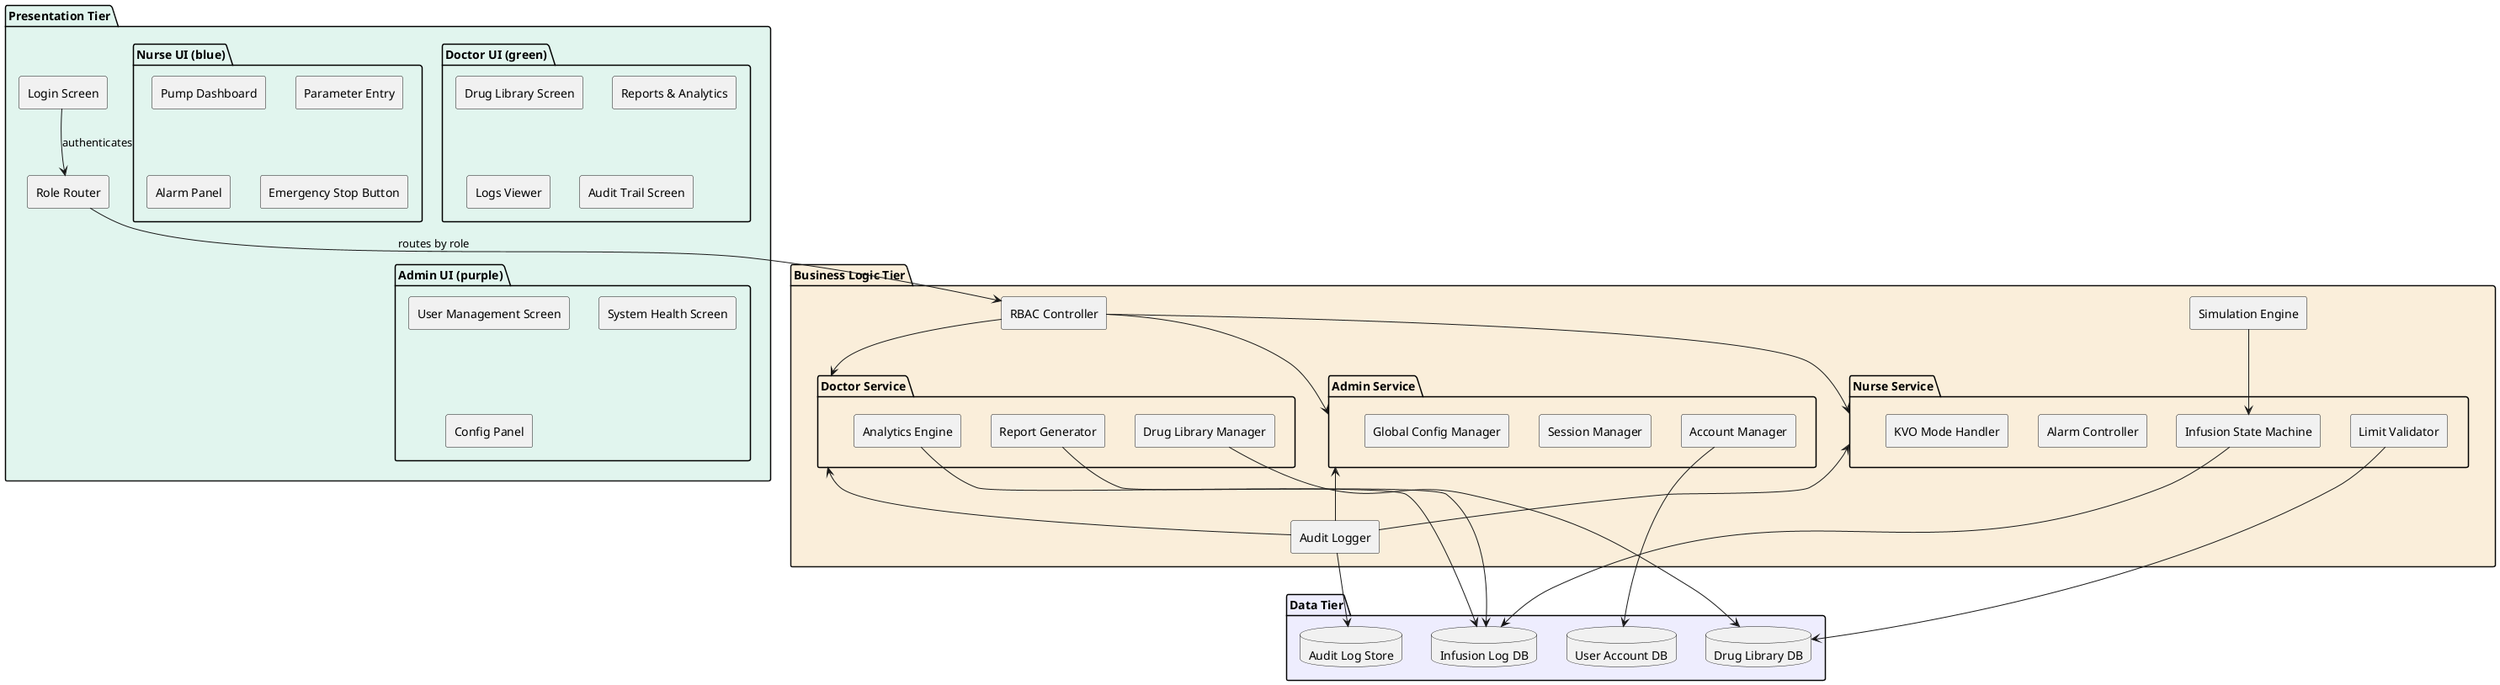
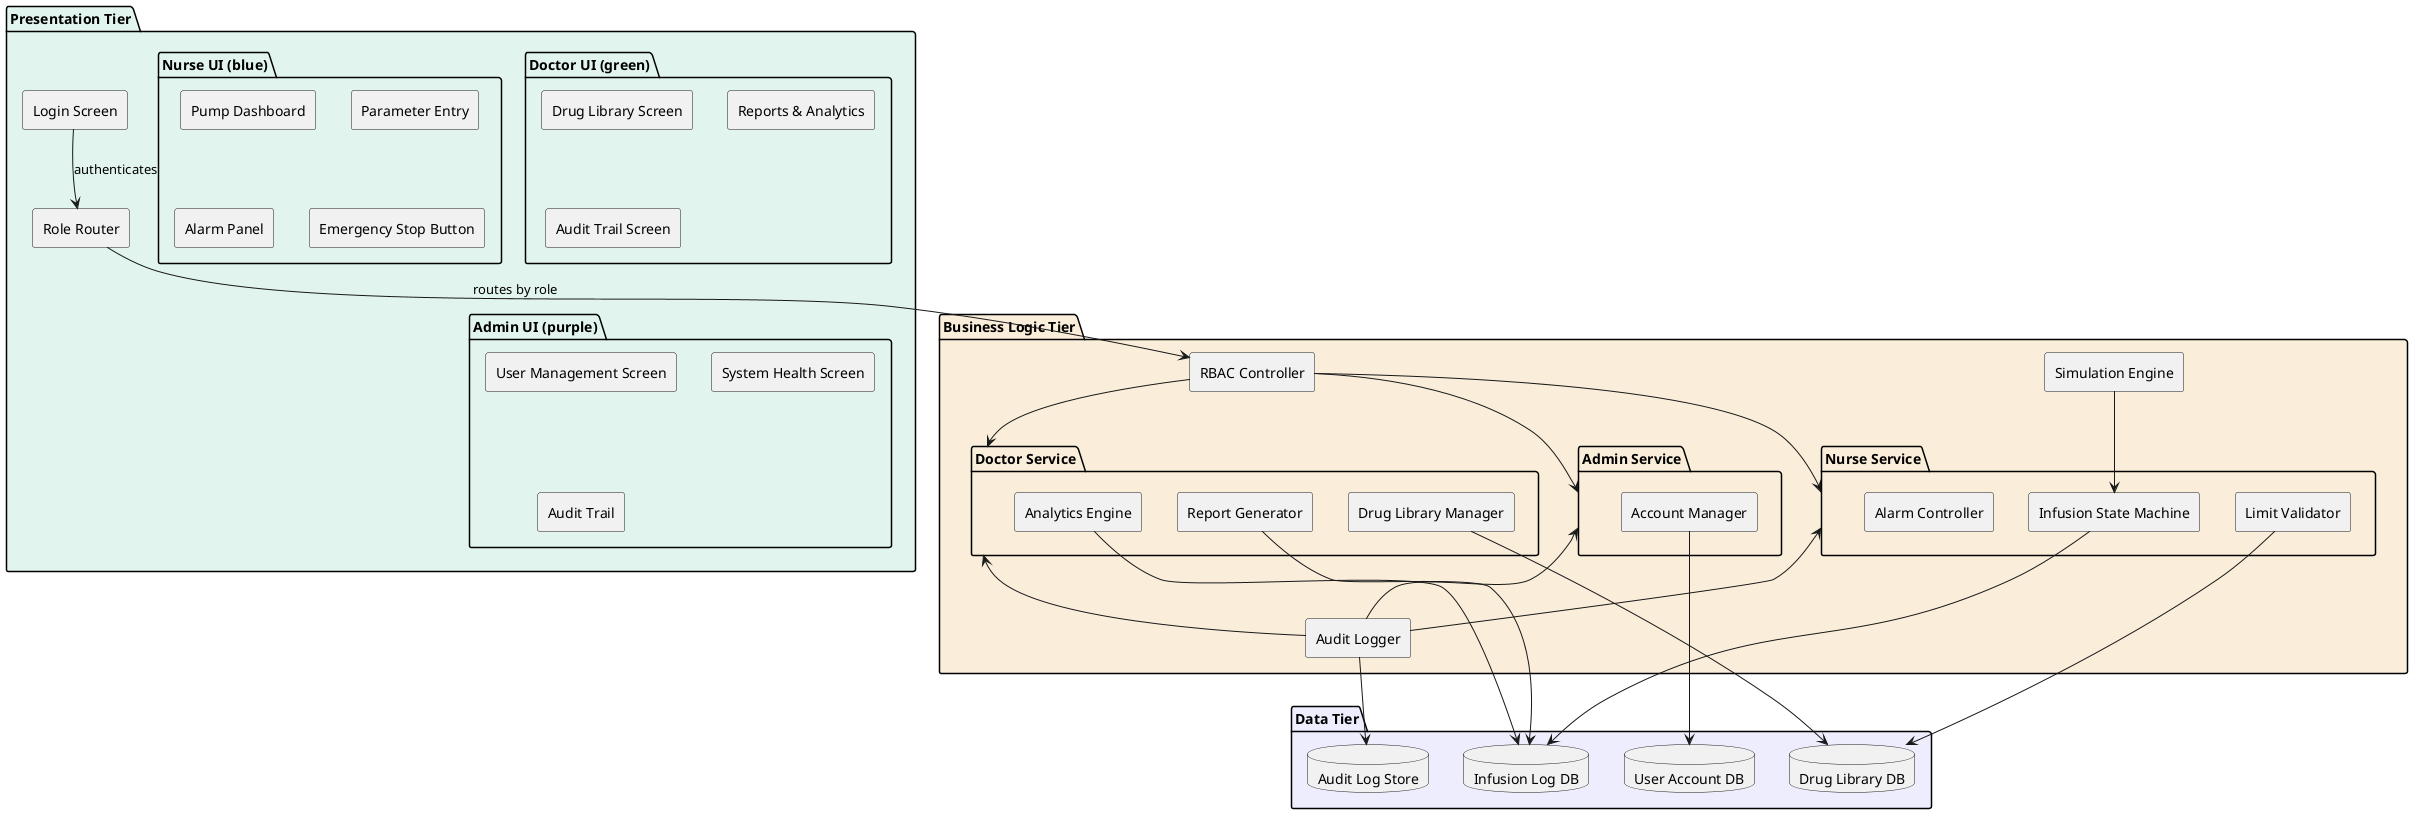
@startuml SmartInfusionPump_3Tier

skinparam componentStyle rectangle
skinparam backgroundColor transparent

package "Presentation Tier" #E1F5EE {

  package "Doctor UI (green)" {
    [Drug Library Screen]
    [Reports & Analytics]
-     [Logs Viewer]
    [Audit Trail Screen]
  }

  package "Nurse UI (blue)" {
    [Pump Dashboard]
    [Parameter Entry]
    [Alarm Panel]
    [Emergency Stop Button]
  }

  package "Admin UI (purple)" {
    [User Management Screen]
    [System Health Screen]
-     [Config Panel]
+     [Audit Trail]
  }

  [Login Screen] --> [Role Router] : authenticates
}

package "Business Logic Tier" #FAEEDA {

  [Role Router] --> [RBAC Controller] : routes by role
  [RBAC Controller] --> [Doctor Service]
  [RBAC Controller] --> [Nurse Service]
  [RBAC Controller] --> [Admin Service]

  package "Doctor Service" {
    [Drug Library Manager]
    [Report Generator]
    [Analytics Engine]
  }

  package "Nurse Service" {
    [Infusion State Machine]
    [Limit Validator]
    [Alarm Controller]
-     [KVO Mode Handler]
  }

  package "Admin Service" {
    [Account Manager]
-     [Session Manager]
-     [Global Config Manager]
  }

  [Simulation Engine] --> [Infusion State Machine]
  [Audit Logger] -up-> [Doctor Service]
  [Audit Logger] -up-> [Nurse Service]
  [Audit Logger] -up-> [Admin Service]
}

package "Data Tier" #EEEDFE {
  database "Drug Library DB" as DrugDB
  database "Audit Log Store" as AuditDB
  database "User Account DB" as UserDB
  database "Infusion Log DB" as LogDB

  [Drug Library Manager] --> DrugDB
  [Report Generator]     --> LogDB
  [Analytics Engine]     --> LogDB
  [Infusion State Machine] --> LogDB
  [Limit Validator]      --> DrugDB
  [Account Manager]      --> UserDB
  [Audit Logger]         --> AuditDB
}

@enduml